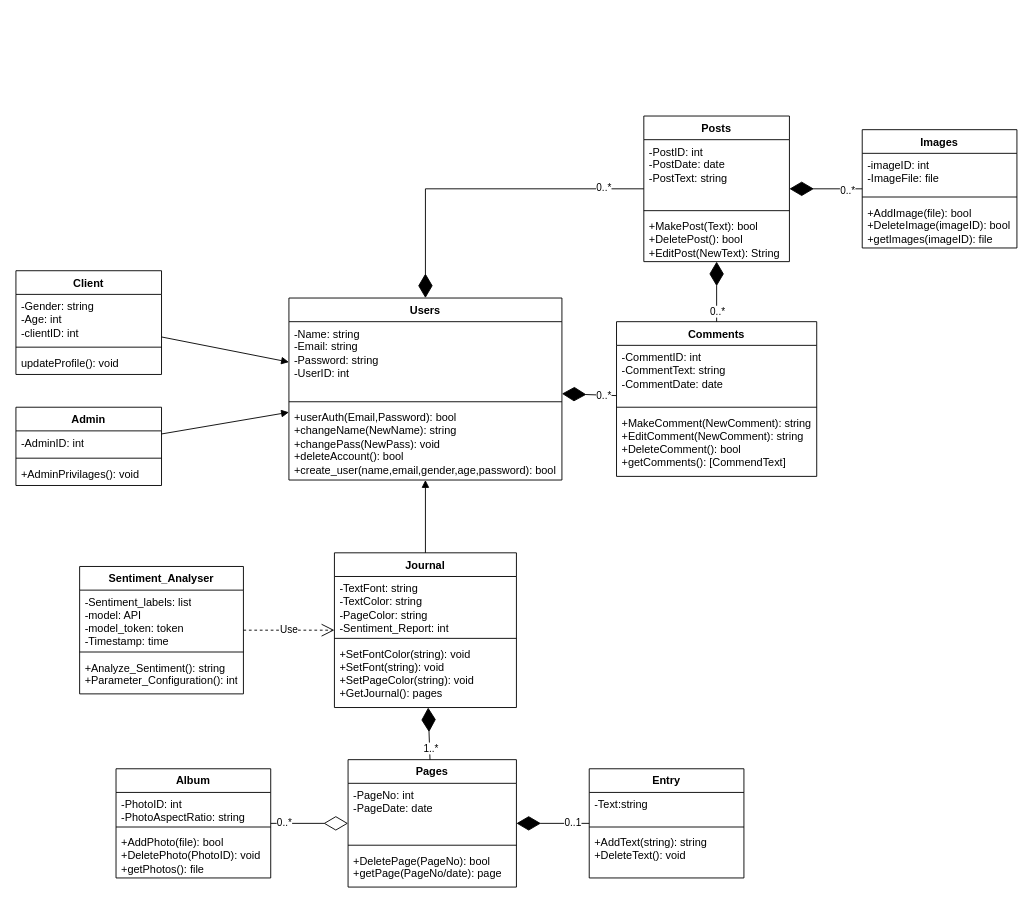
Before: Sprint - 2/CSE470-Class Diagram.drawio in therealahnaf/Journal-Website, a draw.io diagram. Source tidied: cells renumbered, new cells numbered last; positions are measured from the earlier drawing's top-left corner, leaving out a move shared by most shapes. Both pictures are drawn from the tidied source at 91%, with x=0, y=0 at pixel (15, 116).
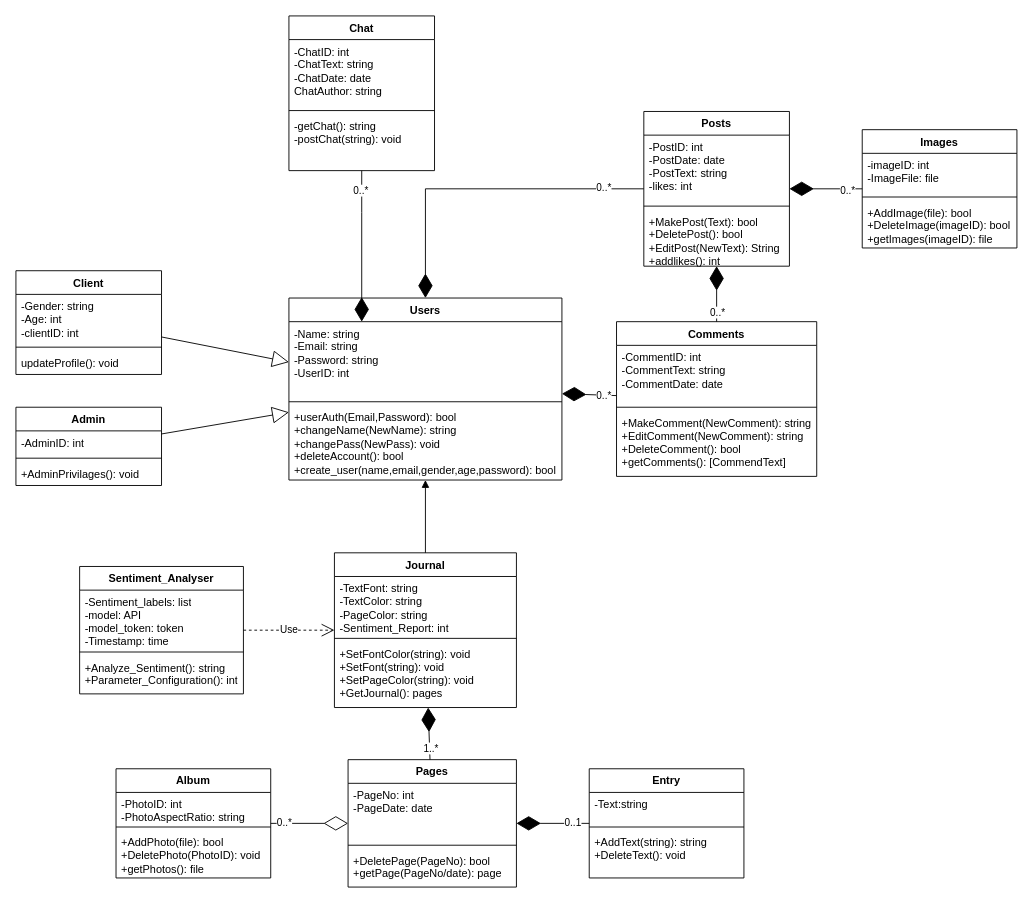
After the change.

Commit message:
updated class diagram

Unchanged cells that the change refers to:
```xml
<mxCell id="2" value="Users" style="swimlane;fontStyle=1;align=center;verticalAlign=top;horizontal=1;startSize=26;whiteSpace=wrap;html=1;" parent="1" vertex="1">
  <mxGeometry x="300" y="200" width="300" height="200" as="geometry" />
</mxCell>
<mxCell id="54" value="Admin" style="swimlane;fontStyle=1;align=center;verticalAlign=top;horizontal=1;startSize=26;whiteSpace=wrap;html=1;" parent="1" vertex="1">
  <mxGeometry y="320" width="160" height="86" as="geometry" />
</mxCell>
<mxCell id="58" value="Client" style="swimlane;fontStyle=1;align=center;verticalAlign=top;horizontal=1;startSize=26;whiteSpace=wrap;html=1;" parent="1" vertex="1">
  <mxGeometry y="170" width="160" height="114" as="geometry" />
</mxCell>
```

The edit, as a diff of the source:
```diff
@@
+    <mxCell id="64" style="endArrow=diamondThin;endFill=1;endSize=24;html=1;rounded=0;" parent="2" edge="1" source="66">
+      <mxGeometry relative="1" as="geometry">
+        <mxPoint x="80" y="26" as="targetPoint" />
+        <Array as="points">
+          <mxPoint x="80" y="-94" />
+        </Array>
+      </mxGeometry>
+    </mxCell>
+    <mxCell id="65" value="0..*" style="edgeLabel;html=1;align=center;verticalAlign=middle;" parent="64" vertex="1">
+      <mxGeometry x="-0.75" y="-2" relative="1" as="geometry" />
+    </mxCell>
@@
     <mxCell id="6" value="Posts" style="swimlane;fontStyle=1;align=center;verticalAlign=top;horizontal=1;startSize=26;whiteSpace=wrap;html=1;" parent="1" vertex="1">
-      <mxGeometry x="690" width="160" height="160" as="geometry" />
+      <mxGeometry x="690" y="-5" width="160" height="170" as="geometry" />
     </mxCell>
-    <mxCell id="7" value="-PostID: int&lt;br&gt;-PostDate: date&lt;br&gt;-PostText: string&lt;div&gt;&lt;br&gt;&lt;/div&gt;" style="text;strokeColor=none;fillColor=none;align=left;verticalAlign=top;spacingLeft=4;spacingRight=4;overflow=hidden;whiteSpace=wrap;html=1;" parent="6" vertex="1">
+    <mxCell id="7" value="-PostID: int&lt;br&gt;-PostDate: date&lt;br&gt;-PostText: string&lt;div&gt;-likes: int&lt;/div&gt;" style="text;strokeColor=none;fillColor=none;align=left;verticalAlign=top;spacingLeft=4;spacingRight=4;overflow=hidden;whiteSpace=wrap;html=1;" parent="6" vertex="1">
       <mxGeometry y="26" width="160" height="74" as="geometry" />
     </mxCell>
@@
-    <mxCell id="9" value="+MakePost(Text): bool&lt;br&gt;+DeletePost(): bool&lt;br&gt;+EditPost(NewText): String" style="text;strokeColor=none;fillColor=none;align=left;verticalAlign=top;spacingLeft=4;spacingRight=4;overflow=hidden;whiteSpace=wrap;html=1;" parent="6" vertex="1">
-      <mxGeometry y="108" width="160" height="52" as="geometry" />
+    <mxCell id="9" value="+MakePost(Text): bool&lt;br&gt;+DeletePost(): bool&lt;br&gt;+EditPost(NewText): String&lt;br&gt;+addlikes(): int" style="text;strokeColor=none;fillColor=none;align=left;verticalAlign=top;spacingLeft=4;spacingRight=4;overflow=hidden;whiteSpace=wrap;html=1;" parent="6" vertex="1">
+      <mxGeometry y="108" width="160" height="62" as="geometry" />
     </mxCell>
@@
+    <mxCell id="66" value="Chat" style="swimlane;fontStyle=1;align=center;verticalAlign=top;horizontal=1;startSize=26;whiteSpace=wrap;html=1;" parent="1" vertex="1">
+      <mxGeometry x="300" y="-110" width="160" height="170" as="geometry" />
+    </mxCell>
+    <mxCell id="67" value="-ChatID: int&lt;br&gt;-ChatText: string&lt;br&gt;-ChatDate: date&lt;br&gt;ChatAuthor: string" style="text;strokeColor=none;fillColor=none;align=left;verticalAlign=top;spacingLeft=4;spacingRight=4;overflow=hidden;whiteSpace=wrap;html=1;" parent="66" vertex="1">
+      <mxGeometry y="26" width="160" height="74" as="geometry" />
+    </mxCell>
+    <mxCell id="68" style="line;strokeWidth=1;fillColor=none;align=left;verticalAlign=middle;spacingTop=-1;spacingLeft=3;spacingRight=3;labelPosition=right;strokeColor=inherit;" parent="66" vertex="1">
+      <mxGeometry y="100" width="160" height="8" as="geometry" />
+    </mxCell>
+    <mxCell id="69" value="-getChat(): string&lt;br&gt;-postChat(string): void" style="text;strokeColor=none;fillColor=none;align=left;verticalAlign=top;spacingLeft=4;spacingRight=4;overflow=hidden;whiteSpace=wrap;html=1;" parent="66" vertex="1">
+      <mxGeometry y="108" width="160" height="62" as="geometry" />
+    </mxCell>
-    <mxCell id="62" style="html=1;verticalAlign=bottom;endArrow=block;curved=0;rounded=0;" parent="1" edge="1" source="54" target="2">
+    <mxCell id="62" style="endArrow=block;endSize=16;endFill=0;html=1;rounded=0;" parent="1" edge="1" source="54" target="2">
       <mxGeometry relative="1" as="geometry" />
     </mxCell>
-    <mxCell id="63" style="html=1;verticalAlign=bottom;endArrow=block;curved=0;rounded=0;" parent="1" edge="1" source="58" target="2">
+    <mxCell id="63" style="endArrow=block;endSize=16;endFill=0;html=1;rounded=0;" parent="1" edge="1" source="58" target="2">
       <mxGeometry relative="1" as="geometry" />
     </mxCell>
```
